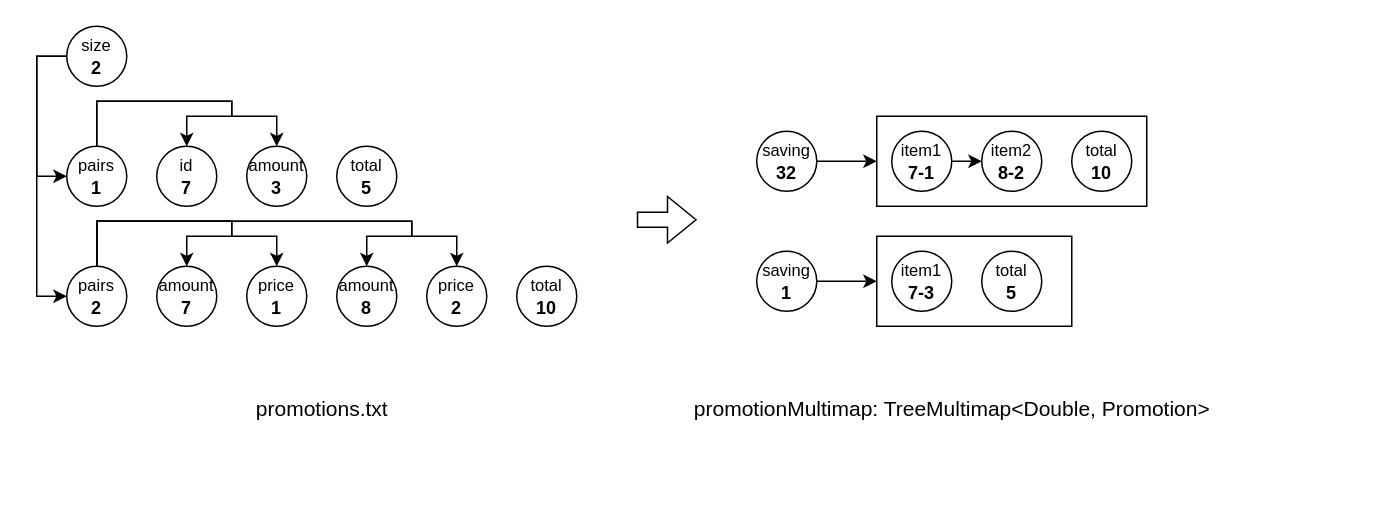
The draw.io diagram page "data_promotion" (2 of 4) of cheapest-merchandise/dsa.drawio in hanggrian/IIT-CS430, before the edit. Source tidied: cells renumbered, new cells numbered last; positions are measured from the earlier drawing's top-left corner, leaving out a move shared by most shapes. Both pictures are drawn from the tidied source at 150%, with x=0, y=0 at pixel (66, 26).
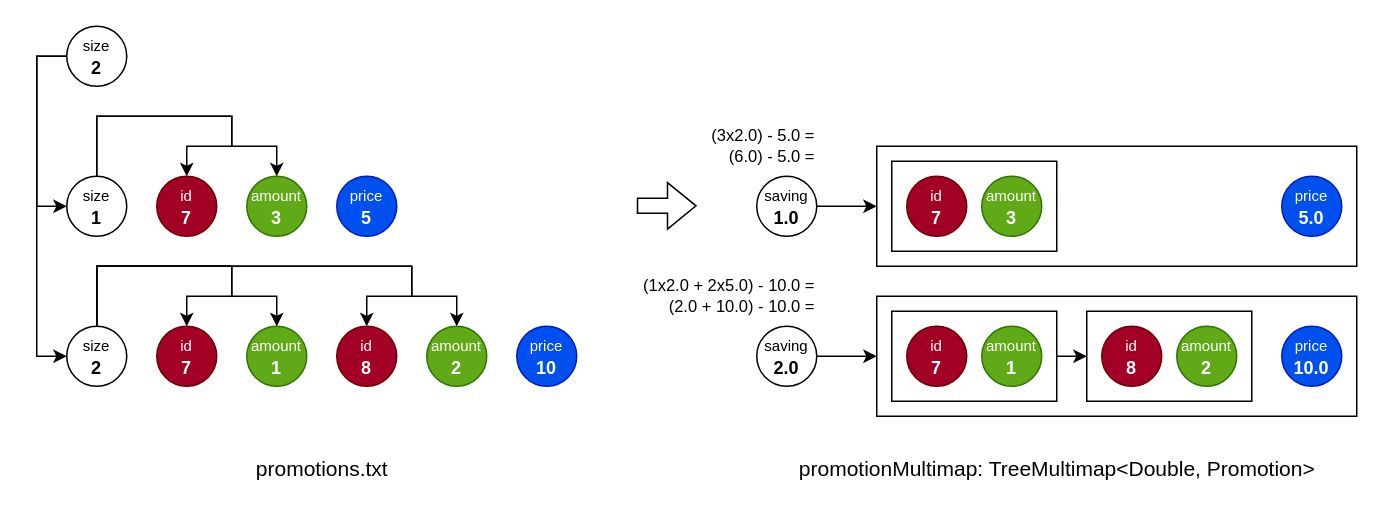
After the change.

Change to the diagram source:
```diff
@@
     <mxCell id="2" style="shape=flexArrow;endArrow=classic;html=1;rounded=0;" parent="1" edge="1">
       <mxGeometry relative="1" as="geometry">
-        <mxPoint x="380" y="129" as="sourcePoint" />
-        <mxPoint x="420" y="129" as="targetPoint" />
+        <mxPoint x="380" y="119.7" as="sourcePoint" />
+        <mxPoint x="420" y="119.7" as="targetPoint" />
       </mxGeometry>
     </mxCell>
     <mxCell id="3" value="promotions.txt" style="text;html=1;align=center;verticalAlign=middle;strokeColor=none;fillColor=none;fontSize=14;" parent="1" vertex="1">
-      <mxGeometry x="115" y="240" width="110" height="30" as="geometry" />
+      <mxGeometry x="115" y="280" width="110" height="30" as="geometry" />
     </mxCell>
     <mxCell id="4" value="promotionMultimap: TreeMultimap&amp;lt;Double, Promotion&amp;gt;" style="text;html=1;align=center;verticalAlign=middle;strokeColor=none;fillColor=none;fontSize=14;" parent="1" vertex="1">
-      <mxGeometry x="405" y="240" width="370" height="30" as="geometry" />
+      <mxGeometry x="475" y="280" width="370" height="30" as="geometry" />
     </mxCell>
-    <mxCell id="5" style="group;" parent="1" vertex="1">
-      <mxGeometry width="340" height="200" as="geometry" />
-    </mxCell>
+    <mxCell id="40" style="group;" parent="1" vertex="1">
+      <mxGeometry width="340" height="240" as="geometry" />
+    </mxCell>
-    <mxCell id="6" value="&lt;span style=&quot;font-weight: normal;&quot;&gt;&lt;font style=&quot;font-size: 11px;&quot;&gt;size&lt;/font&gt;&lt;/span&gt;&lt;br&gt;2" style="ellipse;whiteSpace=wrap;html=1;fontStyle=1;" parent="5" vertex="1">
+    <mxCell id="6" value="&lt;span style=&quot;font-weight: normal;&quot;&gt;&lt;font style=&quot;font-size: 10px;&quot;&gt;size&lt;/font&gt;&lt;/span&gt;&lt;br&gt;2" style="ellipse;whiteSpace=wrap;html=1;fontStyle=1;" parent="40" vertex="1">
       <mxGeometry width="40" height="40" as="geometry" />
     </mxCell>
-    <mxCell id="7" value="&lt;span style=&quot;font-size: 11px; font-weight: 400;&quot;&gt;pairs&lt;/span&gt;&lt;br&gt;1" style="ellipse;whiteSpace=wrap;html=1;fontStyle=1;" parent="5" vertex="1">
-      <mxGeometry y="80" width="40" height="40" as="geometry" />
+    <mxCell id="7" value="&lt;span style=&quot;font-weight: 400;&quot;&gt;&lt;font style=&quot;font-size: 10px;&quot;&gt;size&lt;/font&gt;&lt;/span&gt;&lt;br&gt;1" style="ellipse;whiteSpace=wrap;html=1;fontStyle=1;" parent="40" vertex="1">
+      <mxGeometry y="100" width="40" height="40" as="geometry" />
     </mxCell>
-    <mxCell id="8" style="edgeStyle=orthogonalEdgeStyle;rounded=0;jettySize=auto;html=1;exitX=0;exitY=0.5;exitDx=0;exitDy=0;entryX=0;entryY=0.5;entryDx=0;entryDy=0;" parent="5" edge="1" source="6" target="7">
+    <mxCell id="8" style="edgeStyle=orthogonalEdgeStyle;rounded=0;jettySize=auto;html=1;exitX=0;exitY=0.5;exitDx=0;exitDy=0;entryX=0;entryY=0.5;entryDx=0;entryDy=0;" parent="40" edge="1" source="6" target="7">
       <mxGeometry relative="1" as="geometry" />
     </mxCell>
-    <mxCell id="9" value="&lt;span style=&quot;font-weight: normal;&quot;&gt;&lt;font style=&quot;font-size: 11px;&quot;&gt;id&lt;/font&gt;&lt;/span&gt;&lt;br&gt;7" style="ellipse;whiteSpace=wrap;html=1;fontStyle=1;" parent="5" vertex="1">
-      <mxGeometry x="60" y="80" width="40" height="40" as="geometry" />
+    <mxCell id="9" value="&lt;span style=&quot;font-weight: normal;&quot;&gt;&lt;font style=&quot;font-size: 10px;&quot;&gt;id&lt;/font&gt;&lt;/span&gt;&lt;br&gt;7" style="ellipse;whiteSpace=wrap;html=1;fontStyle=1;fillColor=#a20025;fontColor=#ffffff;strokeColor=#6F0000;" parent="40" vertex="1">
+      <mxGeometry x="60" y="100" width="40" height="40" as="geometry" />
     </mxCell>
-    <mxCell id="10" style="edgeStyle=orthogonalEdgeStyle;rounded=0;jettySize=auto;html=1;exitX=0.5;exitY=0;exitDx=0;exitDy=0;entryX=0.5;entryY=0;entryDx=0;entryDy=0;" parent="5" edge="1" source="7" target="9">
+    <mxCell id="10" style="edgeStyle=orthogonalEdgeStyle;rounded=0;jettySize=auto;html=1;exitX=0.5;exitY=0;exitDx=0;exitDy=0;entryX=0.5;entryY=0;entryDx=0;entryDy=0;" parent="40" edge="1" source="7" target="9">
       <mxGeometry relative="1" as="geometry">
         <Array as="points">
-          <mxPoint x="20" y="50" />
-          <mxPoint x="110" y="50" />
+          <mxPoint x="20" y="60" />
           <mxPoint x="110" y="60" />
-          <mxPoint x="80" y="60" />
+          <mxPoint x="110" y="80" />
+          <mxPoint x="80" y="80" />
         </Array>
       </mxGeometry>
     </mxCell>
-    <mxCell id="11" value="&lt;font style=&quot;font-size: 11px; font-weight: normal;&quot;&gt;amount&lt;/font&gt;&lt;br&gt;3" style="ellipse;whiteSpace=wrap;html=1;fontStyle=1;" parent="5" vertex="1">
-      <mxGeometry x="120" y="80" width="40" height="40" as="geometry" />
+    <mxCell id="11" value="&lt;font style=&quot;font-weight: normal; font-size: 10px;&quot;&gt;amount&lt;/font&gt;&lt;br&gt;3" style="ellipse;whiteSpace=wrap;html=1;fontStyle=1;fillColor=#60a917;fontColor=#ffffff;strokeColor=#2D7600;" parent="40" vertex="1">
+      <mxGeometry x="120" y="100" width="40" height="40" as="geometry" />
     </mxCell>
-    <mxCell id="12" value="&lt;span style=&quot;font-weight: normal;&quot;&gt;&lt;font style=&quot;font-size: 11px;&quot;&gt;pairs&lt;/font&gt;&lt;/span&gt;&lt;br&gt;2" style="ellipse;whiteSpace=wrap;html=1;fontStyle=1;" parent="5" vertex="1">
-      <mxGeometry y="160" width="40" height="40" as="geometry" />
+    <mxCell id="12" value="&lt;span style=&quot;font-weight: normal;&quot;&gt;&lt;font style=&quot;font-size: 10px;&quot;&gt;size&lt;/font&gt;&lt;/span&gt;&lt;br&gt;2" style="ellipse;whiteSpace=wrap;html=1;fontStyle=1;" parent="40" vertex="1">
+      <mxGeometry y="200" width="40" height="40" as="geometry" />
     </mxCell>
-    <mxCell id="13" style="edgeStyle=orthogonalEdgeStyle;rounded=0;jettySize=auto;html=1;exitX=0.5;exitY=0;exitDx=0;exitDy=0;entryX=0.5;entryY=0;entryDx=0;entryDy=0;" parent="5" edge="1" source="7" target="11">
+    <mxCell id="13" style="edgeStyle=orthogonalEdgeStyle;rounded=0;jettySize=auto;html=1;exitX=0.5;exitY=0;exitDx=0;exitDy=0;entryX=0.5;entryY=0;entryDx=0;entryDy=0;" parent="40" edge="1" source="7" target="11">
       <mxGeometry relative="1" as="geometry">
         <Array as="points">
-          <mxPoint x="20" y="50" />
-          <mxPoint x="110" y="50" />
+          <mxPoint x="20" y="60" />
           <mxPoint x="110" y="60" />
-          <mxPoint x="140" y="60" />
+          <mxPoint x="110" y="80" />
+          <mxPoint x="140" y="80" />
         </Array>
       </mxGeometry>
     </mxCell>
-    <mxCell id="14" style="edgeStyle=orthogonalEdgeStyle;rounded=0;jettySize=auto;html=1;exitX=0;exitY=0.5;exitDx=0;exitDy=0;entryX=0;entryY=0.5;entryDx=0;entryDy=0;" parent="5" edge="1" source="6" target="12">
+    <mxCell id="14" style="edgeStyle=orthogonalEdgeStyle;rounded=0;jettySize=auto;html=1;exitX=0;exitY=0.5;exitDx=0;exitDy=0;entryX=0;entryY=0.5;entryDx=0;entryDy=0;" parent="40" edge="1" source="6" target="12">
       <mxGeometry relative="1" as="geometry" />
     </mxCell>
-    <mxCell id="15" value="&lt;font style=&quot;font-size: 11px; font-weight: normal;&quot;&gt;amount&lt;/font&gt;&lt;br&gt;7" style="ellipse;whiteSpace=wrap;html=1;fontStyle=1;" parent="5" vertex="1">
-      <mxGeometry x="60" y="160" width="40" height="40" as="geometry" />
+    <mxCell id="15" value="&lt;font style=&quot;font-weight: normal; font-size: 10px;&quot;&gt;id&lt;/font&gt;&lt;br&gt;7" style="ellipse;whiteSpace=wrap;html=1;fontStyle=1;fillColor=#a20025;fontColor=#ffffff;strokeColor=#6F0000;" parent="40" vertex="1">
+      <mxGeometry x="60" y="200" width="40" height="40" as="geometry" />
     </mxCell>
-    <mxCell id="16" style="edgeStyle=orthogonalEdgeStyle;rounded=0;jettySize=auto;html=1;exitX=0.5;exitY=0;exitDx=0;exitDy=0;entryX=0.5;entryY=0;entryDx=0;entryDy=0;" parent="5" edge="1" source="12" target="15">
+    <mxCell id="16" style="edgeStyle=orthogonalEdgeStyle;rounded=0;jettySize=auto;html=1;exitX=0.5;exitY=0;exitDx=0;exitDy=0;entryX=0.5;entryY=0;entryDx=0;entryDy=0;" parent="40" edge="1" source="12" target="15">
       <mxGeometry relative="1" as="geometry">
         <Array as="points">
-          <mxPoint x="20" y="130" />
-          <mxPoint x="110" y="130" />
-          <mxPoint x="110" y="140" />
-          <mxPoint x="80" y="140" />
+          <mxPoint x="20" y="160" />
+          <mxPoint x="110" y="160" />
+          <mxPoint x="110" y="180" />
+          <mxPoint x="80" y="180" />
         </Array>
       </mxGeometry>
     </mxCell>
-    <mxCell id="17" value="&lt;font style=&quot;font-size: 11px; font-weight: normal;&quot;&gt;price&lt;/font&gt;&lt;br&gt;1" style="ellipse;whiteSpace=wrap;html=1;fontStyle=1;" parent="5" vertex="1">
-      <mxGeometry x="120" y="160" width="40" height="40" as="geometry" />
+    <mxCell id="17" value="&lt;font style=&quot;font-weight: normal; font-size: 10px;&quot;&gt;amount&lt;/font&gt;&lt;br&gt;1" style="ellipse;whiteSpace=wrap;html=1;fontStyle=1;fillColor=#60a917;fontColor=#ffffff;strokeColor=#2D7600;" parent="40" vertex="1">
+      <mxGeometry x="120" y="200" width="40" height="40" as="geometry" />
     </mxCell>
-    <mxCell id="18" style="edgeStyle=orthogonalEdgeStyle;rounded=0;jettySize=auto;html=1;exitX=0.5;exitY=0;exitDx=0;exitDy=0;entryX=0.5;entryY=0;entryDx=0;entryDy=0;" parent="5" edge="1" source="12" target="17">
+    <mxCell id="18" style="edgeStyle=orthogonalEdgeStyle;rounded=0;jettySize=auto;html=1;exitX=0.5;exitY=0;exitDx=0;exitDy=0;entryX=0.5;entryY=0;entryDx=0;entryDy=0;" parent="40" edge="1" source="12" target="17">
       <mxGeometry relative="1" as="geometry">
         <Array as="points">
-          <mxPoint x="20" y="130" />
-          <mxPoint x="110" y="130" />
-          <mxPoint x="110" y="140" />
-          <mxPoint x="140" y="140" />
+          <mxPoint x="20" y="160" />
+          <mxPoint x="110" y="160" />
+          <mxPoint x="110" y="180" />
+          <mxPoint x="140" y="180" />
         </Array>
       </mxGeometry>
     </mxCell>
-    <mxCell id="19" value="&lt;span style=&quot;font-size: 11px; font-weight: 400;&quot;&gt;total&lt;/span&gt;&lt;br&gt;5" style="ellipse;whiteSpace=wrap;html=1;fontStyle=1;" parent="5" vertex="1">
-      <mxGeometry x="180" y="80" width="40" height="40" as="geometry" />
+    <mxCell id="19" value="&lt;span style=&quot;font-weight: 400;&quot;&gt;&lt;font style=&quot;font-size: 10px;&quot;&gt;price&lt;/font&gt;&lt;/span&gt;&lt;br&gt;5" style="ellipse;whiteSpace=wrap;html=1;fontStyle=1;fillColor=#0050ef;fontColor=#ffffff;strokeColor=#001DBC;" parent="40" vertex="1">
+      <mxGeometry x="180" y="100" width="40" height="40" as="geometry" />
     </mxCell>
-    <mxCell id="20" value="&lt;font style=&quot;font-size: 11px; font-weight: normal;&quot;&gt;amount&lt;/font&gt;&lt;br&gt;8" style="ellipse;whiteSpace=wrap;html=1;fontStyle=1;" parent="5" vertex="1">
-      <mxGeometry x="180" y="160" width="40" height="40" as="geometry" />
+    <mxCell id="20" value="&lt;font style=&quot;font-weight: normal; font-size: 10px;&quot;&gt;id&lt;/font&gt;&lt;br&gt;8" style="ellipse;whiteSpace=wrap;html=1;fontStyle=1;fillColor=#a20025;fontColor=#ffffff;strokeColor=#6F0000;" parent="40" vertex="1">
+      <mxGeometry x="180" y="200" width="40" height="40" as="geometry" />
     </mxCell>
-    <mxCell id="21" value="&lt;font style=&quot;font-size: 11px; font-weight: normal;&quot;&gt;price&lt;/font&gt;&lt;br&gt;2" style="ellipse;whiteSpace=wrap;html=1;fontStyle=1;" parent="5" vertex="1">
-      <mxGeometry x="240" y="160" width="40" height="40" as="geometry" />
+    <mxCell id="21" value="&lt;font style=&quot;font-weight: normal; font-size: 10px;&quot;&gt;amount&lt;/font&gt;&lt;br&gt;2" style="ellipse;whiteSpace=wrap;html=1;fontStyle=1;fillColor=#60a917;fontColor=#ffffff;strokeColor=#2D7600;" parent="40" vertex="1">
+      <mxGeometry x="240" y="200" width="40" height="40" as="geometry" />
     </mxCell>
-    <mxCell id="22" value="&lt;span style=&quot;font-size: 11px; font-weight: 400;&quot;&gt;total&lt;/span&gt;&lt;br&gt;10" style="ellipse;whiteSpace=wrap;html=1;fontStyle=1;" parent="5" vertex="1">
-      <mxGeometry x="300" y="160" width="40" height="40" as="geometry" />
+    <mxCell id="22" value="&lt;span style=&quot;font-weight: 400;&quot;&gt;&lt;font style=&quot;font-size: 10px;&quot;&gt;price&lt;/font&gt;&lt;/span&gt;&lt;br&gt;10" style="ellipse;whiteSpace=wrap;html=1;fontStyle=1;fillColor=#0050ef;fontColor=#ffffff;strokeColor=#001DBC;" parent="40" vertex="1">
+      <mxGeometry x="300" y="200" width="40" height="40" as="geometry" />
     </mxCell>
-    <mxCell id="23" style="edgeStyle=orthogonalEdgeStyle;rounded=0;jettySize=auto;html=1;exitX=0.5;exitY=0;exitDx=0;exitDy=0;entryX=0.5;entryY=0;entryDx=0;entryDy=0;" parent="5" edge="1" source="12" target="20">
+    <mxCell id="23" style="edgeStyle=orthogonalEdgeStyle;rounded=0;jettySize=auto;html=1;exitX=0.5;exitY=0;exitDx=0;exitDy=0;entryX=0.5;entryY=0;entryDx=0;entryDy=0;" parent="40" edge="1" source="12" target="20">
       <mxGeometry relative="1" as="geometry">
         <Array as="points">
-          <mxPoint x="20" y="130" />
-          <mxPoint x="230" y="130" />
-          <mxPoint x="230" y="140" />
-          <mxPoint x="200" y="140" />
+          <mxPoint x="20" y="160" />
+          <mxPoint x="230" y="160" />
+          <mxPoint x="230" y="180" />
+          <mxPoint x="200" y="180" />
         </Array>
       </mxGeometry>
     </mxCell>
-    <mxCell id="24" style="edgeStyle=orthogonalEdgeStyle;rounded=0;jettySize=auto;html=1;exitX=0.5;exitY=0;exitDx=0;exitDy=0;entryX=0.5;entryY=0;entryDx=0;entryDy=0;" parent="5" edge="1" source="12" target="21">
+    <mxCell id="24" style="edgeStyle=orthogonalEdgeStyle;rounded=0;jettySize=auto;html=1;exitX=0.5;exitY=0;exitDx=0;exitDy=0;entryX=0.5;entryY=0;entryDx=0;entryDy=0;" parent="40" edge="1" source="12" target="21">
       <mxGeometry relative="1" as="geometry">
         <Array as="points">
-          <mxPoint x="20" y="130" />
-          <mxPoint x="230" y="130" />
-          <mxPoint x="230" y="140" />
-          <mxPoint x="260" y="140" />
+          <mxPoint x="20" y="160" />
+          <mxPoint x="230" y="160" />
+          <mxPoint x="230" y="180" />
+          <mxPoint x="260" y="180" />
         </Array>
       </mxGeometry>
     </mxCell>
-    <mxCell id="25" style="group;" parent="1" vertex="1">
-      <mxGeometry x="460" y="60" width="260" height="140" as="geometry" />
-    </mxCell>
-    <mxCell id="26" value="&lt;font style=&quot;font-size: 11px; font-weight: normal;&quot;&gt;saving&lt;/font&gt;&lt;br&gt;1" style="ellipse;whiteSpace=wrap;html=1;fontStyle=1;" parent="25" vertex="1">
-      <mxGeometry y="90" width="40" height="40" as="geometry" />
+    <mxCell id="26" value="&lt;font style=&quot;font-weight: normal; font-size: 10px;&quot;&gt;saving&lt;/font&gt;&lt;br&gt;1.0" style="ellipse;whiteSpace=wrap;html=1;fontStyle=1;" parent="1" vertex="1">
+      <mxGeometry x="460" y="100" width="40" height="40" as="geometry" />
     </mxCell>
-    <mxCell id="27" value="&lt;font style=&quot;font-size: 11px; font-weight: normal;&quot;&gt;saving&lt;/font&gt;&lt;br&gt;32" style="ellipse;whiteSpace=wrap;html=1;fontStyle=1;" parent="25" vertex="1">
-      <mxGeometry y="10" width="40" height="40" as="geometry" />
-    </mxCell>
-    <mxCell id="28" style="group;" parent="25" vertex="1">
-      <mxGeometry x="80" y="80" width="180" height="60" as="geometry" />
-    </mxCell>
-    <mxCell id="29" style="rounded=0;whiteSpace=wrap;html=1;" parent="28" vertex="1">
-      <mxGeometry width="130" height="60" as="geometry" />
-    </mxCell>
-    <mxCell id="30" value="&lt;font style=&quot;font-size: 11px; font-weight: normal;&quot;&gt;item1&lt;/font&gt;&lt;br&gt;7-3" style="ellipse;whiteSpace=wrap;html=1;fontStyle=1;" parent="28" vertex="1">
-      <mxGeometry x="10" y="10" width="40" height="40" as="geometry" />
-    </mxCell>
-    <mxCell id="31" value="&lt;span style=&quot;font-weight: normal;&quot;&gt;&lt;font style=&quot;font-size: 11px;&quot;&gt;total&lt;/font&gt;&lt;/span&gt;&lt;br&gt;5" style="ellipse;whiteSpace=wrap;html=1;fontStyle=1;" parent="28" vertex="1">
-      <mxGeometry x="70" y="10" width="40" height="40" as="geometry" />
-    </mxCell>
-    <mxCell id="32" style="edgeStyle=orthogonalEdgeStyle;rounded=0;jettySize=auto;html=1;exitX=1;exitY=0.5;exitDx=0;exitDy=0;entryX=0;entryY=0.5;entryDx=0;entryDy=0;" parent="25" edge="1" source="26" target="29">
-      <mxGeometry relative="1" as="geometry" />
-    </mxCell>
-    <mxCell id="33" style="group;" parent="25" vertex="1">
-      <mxGeometry x="80" width="180" height="60" as="geometry" />
-    </mxCell>
+    <mxCell id="41" value="&lt;font style=&quot;font-weight: normal; font-size: 10px;&quot;&gt;saving&lt;/font&gt;&lt;br&gt;2.0" style="ellipse;whiteSpace=wrap;html=1;fontStyle=1;" parent="1" vertex="1">
+      <mxGeometry x="460" y="200" width="40" height="40" as="geometry" />
+    </mxCell>
+    <mxCell id="42" style="group;" parent="1" vertex="1">
+      <mxGeometry x="540" y="180" width="320" height="80" as="geometry" />
+    </mxCell>
+    <mxCell id="43" style="rounded=0;whiteSpace=wrap;html=1;" parent="42" vertex="1">
+      <mxGeometry width="320" height="80" as="geometry" />
+    </mxCell>
+    <mxCell id="44" style="group;" parent="42" vertex="1">
+      <mxGeometry x="10" y="10" width="110" height="60" as="geometry" />
+    </mxCell>
-    <mxCell id="34" style="rounded=0;whiteSpace=wrap;html=1;" parent="33" vertex="1">
-      <mxGeometry width="180" height="60" as="geometry" />
+    <mxCell id="34" style="rounded=0;whiteSpace=wrap;html=1;" parent="44" vertex="1">
+      <mxGeometry width="110" height="60" as="geometry" />
     </mxCell>
-    <mxCell id="35" style="edgeStyle=orthogonalEdgeStyle;rounded=0;jettySize=auto;html=1;exitX=1;exitY=0.5;exitDx=0;exitDy=0;entryX=0;entryY=0.5;entryDx=0;entryDy=0;" parent="33" edge="1" source="36" target="37">
-      <mxGeometry relative="1" as="geometry" />
-    </mxCell>
-    <mxCell id="36" value="&lt;font style=&quot;font-size: 11px; font-weight: normal;&quot;&gt;item1&lt;/font&gt;&lt;br&gt;7-1" style="ellipse;whiteSpace=wrap;html=1;fontStyle=1;" parent="33" vertex="1">
-      <mxGeometry x="10" y="10" width="40" height="40" as="geometry" />
-    </mxCell>
-    <mxCell id="37" value="&lt;font style=&quot;font-size: 11px; font-weight: normal;&quot;&gt;item2&lt;/font&gt;&lt;br&gt;8-2" style="ellipse;whiteSpace=wrap;html=1;fontStyle=1;" parent="33" vertex="1">
-      <mxGeometry x="70" y="10" width="40" height="40" as="geometry" />
-    </mxCell>
-    <mxCell id="38" value="&lt;font style=&quot;font-size: 11px; font-weight: normal;&quot;&gt;total&lt;/font&gt;&lt;br&gt;10" style="ellipse;whiteSpace=wrap;html=1;fontStyle=1;" parent="33" vertex="1">
-      <mxGeometry x="130" y="10" width="40" height="40" as="geometry" />
-    </mxCell>
-    <mxCell id="39" style="edgeStyle=orthogonalEdgeStyle;rounded=0;jettySize=auto;html=1;exitX=1;exitY=0.5;exitDx=0;exitDy=0;entryX=0;entryY=0.5;entryDx=0;entryDy=0;" parent="25" edge="1" source="27" target="34">
-      <mxGeometry relative="1" as="geometry" />
-    </mxCell>
+    <mxCell id="45" value="&lt;font style=&quot;font-weight: normal; font-size: 10px;&quot;&gt;id&lt;/font&gt;&lt;br&gt;7" style="ellipse;whiteSpace=wrap;html=1;fontStyle=1;fillColor=#a20025;fontColor=#ffffff;strokeColor=#6F0000;" parent="44" vertex="1">
+      <mxGeometry x="10" y="10" width="40" height="40" as="geometry" />
+    </mxCell>
+    <mxCell id="46" value="&lt;font style=&quot;font-weight: normal; font-size: 10px;&quot;&gt;amount&lt;/font&gt;&lt;br&gt;1" style="ellipse;whiteSpace=wrap;html=1;fontStyle=1;fillColor=#60a917;fontColor=#ffffff;strokeColor=#2D7600;" parent="44" vertex="1">
+      <mxGeometry x="60" y="10" width="40" height="40" as="geometry" />
+    </mxCell>
+    <mxCell id="47" style="group;" parent="42" vertex="1">
+      <mxGeometry x="140" y="10" width="110" height="60" as="geometry" />
+    </mxCell>
+    <mxCell id="48" style="rounded=0;whiteSpace=wrap;html=1;" parent="47" vertex="1">
+      <mxGeometry width="110" height="60" as="geometry" />
+    </mxCell>
+    <mxCell id="49" value="&lt;font style=&quot;font-weight: normal; font-size: 10px;&quot;&gt;id&lt;/font&gt;&lt;br&gt;8" style="ellipse;whiteSpace=wrap;html=1;fontStyle=1;fillColor=#a20025;fontColor=#ffffff;strokeColor=#6F0000;" parent="47" vertex="1">
+      <mxGeometry x="10" y="10" width="40" height="40" as="geometry" />
+    </mxCell>
+    <mxCell id="50" value="&lt;font style=&quot;font-weight: normal; font-size: 10px;&quot;&gt;amount&lt;/font&gt;&lt;br&gt;2" style="ellipse;whiteSpace=wrap;html=1;fontStyle=1;fillColor=#60a917;fontColor=#ffffff;strokeColor=#2D7600;" parent="47" vertex="1">
+      <mxGeometry x="60" y="10" width="40" height="40" as="geometry" />
+    </mxCell>
+    <mxCell id="51" style="edgeStyle=orthogonalEdgeStyle;rounded=0;jettySize=auto;html=1;exitX=1;exitY=0.5;exitDx=0;exitDy=0;entryX=0;entryY=0.5;entryDx=0;entryDy=0;" parent="42" edge="1" source="34" target="48">
+      <mxGeometry relative="1" as="geometry" />
+    </mxCell>
+    <mxCell id="52" value="&lt;font style=&quot;font-weight: normal; font-size: 10px;&quot;&gt;price&lt;/font&gt;&lt;br&gt;10.0" style="ellipse;whiteSpace=wrap;html=1;fontStyle=1;fillColor=#0050ef;fontColor=#ffffff;strokeColor=#001DBC;" parent="42" vertex="1">
+      <mxGeometry x="270" y="20" width="40" height="40" as="geometry" />
+    </mxCell>
+    <mxCell id="53" style="edgeStyle=orthogonalEdgeStyle;rounded=0;jettySize=auto;html=1;exitX=1;exitY=0.5;exitDx=0;exitDy=0;entryX=0;entryY=0.5;entryDx=0;entryDy=0;" parent="1" edge="1" source="41" target="43">
+      <mxGeometry relative="1" as="geometry" />
+    </mxCell>
+    <mxCell id="54" style="group;" parent="1" vertex="1">
+      <mxGeometry x="540" y="80" width="320" height="80" as="geometry" />
+    </mxCell>
+    <mxCell id="55" style="rounded=0;whiteSpace=wrap;html=1;" parent="54" vertex="1">
+      <mxGeometry width="320" height="80" as="geometry" />
+    </mxCell>
+    <mxCell id="56" style="group;" parent="54" vertex="1">
+      <mxGeometry x="10" y="10" width="110" height="60" as="geometry" />
+    </mxCell>
+    <mxCell id="57" style="rounded=0;whiteSpace=wrap;html=1;" parent="56" vertex="1">
+      <mxGeometry width="110" height="60" as="geometry" />
+    </mxCell>
+    <mxCell id="58" value="&lt;font style=&quot;font-weight: normal; font-size: 10px;&quot;&gt;id&lt;/font&gt;&lt;br&gt;7" style="ellipse;whiteSpace=wrap;html=1;fontStyle=1;fillColor=#a20025;fontColor=#ffffff;strokeColor=#6F0000;" parent="56" vertex="1">
+      <mxGeometry x="10" y="10" width="40" height="40" as="geometry" />
+    </mxCell>
+    <mxCell id="59" value="&lt;font style=&quot;font-weight: normal; font-size: 10px;&quot;&gt;amount&lt;/font&gt;&lt;br&gt;3" style="ellipse;whiteSpace=wrap;html=1;fontStyle=1;fillColor=#60a917;fontColor=#ffffff;strokeColor=#2D7600;" parent="56" vertex="1">
+      <mxGeometry x="60" y="10" width="40" height="40" as="geometry" />
+    </mxCell>
+    <mxCell id="60" value="&lt;font style=&quot;font-weight: normal; font-size: 10px;&quot;&gt;price&lt;/font&gt;&lt;br&gt;5.0" style="ellipse;whiteSpace=wrap;html=1;fontStyle=1;fillColor=#0050ef;fontColor=#ffffff;strokeColor=#001DBC;" parent="54" vertex="1">
+      <mxGeometry x="270" y="20" width="40" height="40" as="geometry" />
+    </mxCell>
+    <mxCell id="61" style="edgeStyle=orthogonalEdgeStyle;rounded=0;jettySize=auto;html=1;exitX=1;exitY=0.5;exitDx=0;exitDy=0;entryX=0;entryY=0.5;entryDx=0;entryDy=0;" parent="1" edge="1" source="26" target="55">
+      <mxGeometry relative="1" as="geometry" />
+    </mxCell>
+    <mxCell id="62" value="(3x2.0) - 5.0 =&lt;br&gt;(6.0) - 5.0 =" style="text;html=1;align=right;verticalAlign=middle;strokeColor=none;fillColor=none;fontSize=11;" parent="1" vertex="1">
+      <mxGeometry x="410" y="60" width="90" height="40" as="geometry" />
+    </mxCell>
+    <mxCell id="63" value="(1x2.0 + 2x5.0) - 10.0 =&lt;br&gt;(2.0 + 10.0) - 10.0 =" style="text;html=1;align=right;verticalAlign=middle;strokeColor=none;fillColor=none;fontSize=11;" parent="1" vertex="1">
+      <mxGeometry x="360" y="160" width="140" height="40" as="geometry" />
+    </mxCell>
```
